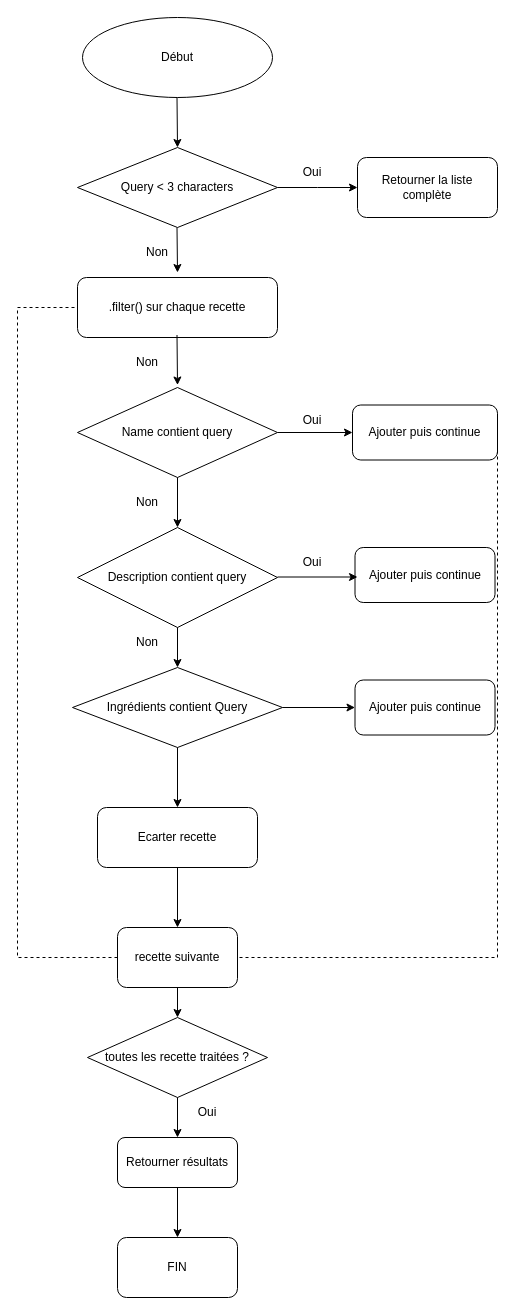
Earlier version of the draw.io diagram drawio/programmation_fonctionnelle.drawio (romaindsf/developpez_un_algorithme_de_recherche_en_javaScript). Source tidied: cells renumbered, new cells numbered last; positions are measured from the earlier drawing's top-left corner, leaving out a move shared by most shapes. Both pictures are drawn from the tidied source at 100%, with x=0, y=0 at pixel (17, 17).
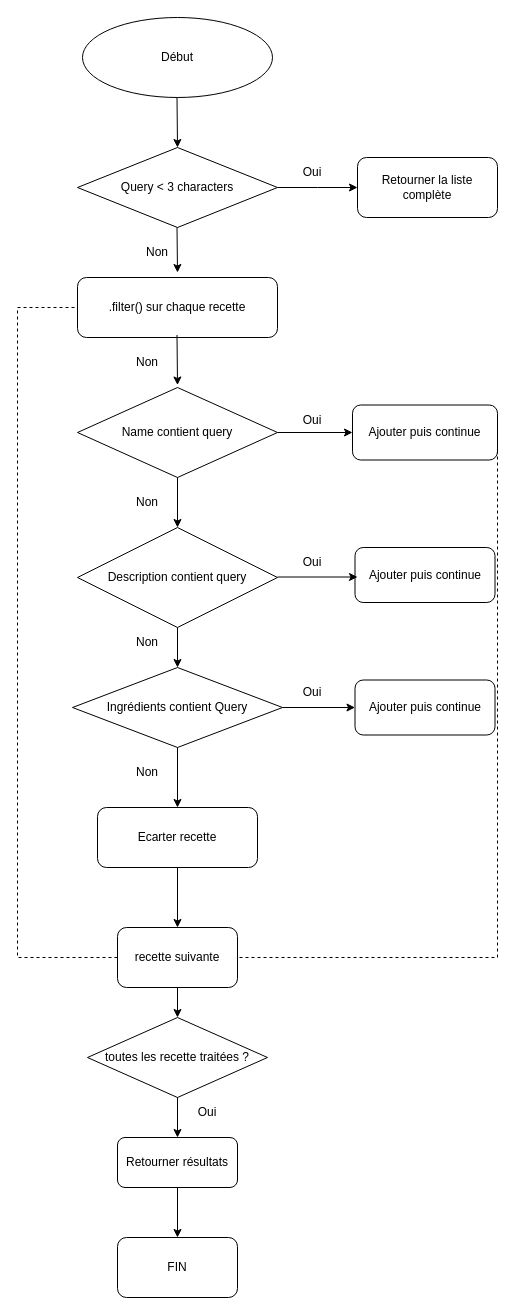
The same page after the edit.

What changed in the source:
```diff
@@
+    <mxCell id="44" value="&lt;div&gt;Oui&lt;/div&gt;" style="text;html=1;whiteSpace=wrap;strokeColor=none;fillColor=none;align=center;verticalAlign=middle;rounded=0;" parent="1" vertex="1">
+      <mxGeometry x="265" y="660" width="60" height="30" as="geometry" />
+    </mxCell>
+    <mxCell id="45" value="&lt;div&gt;Non&lt;/div&gt;" style="text;html=1;whiteSpace=wrap;strokeColor=none;fillColor=none;align=center;verticalAlign=middle;rounded=0;" parent="1" vertex="1">
+      <mxGeometry x="100" y="740" width="60" height="30" as="geometry" />
+    </mxCell>
```
